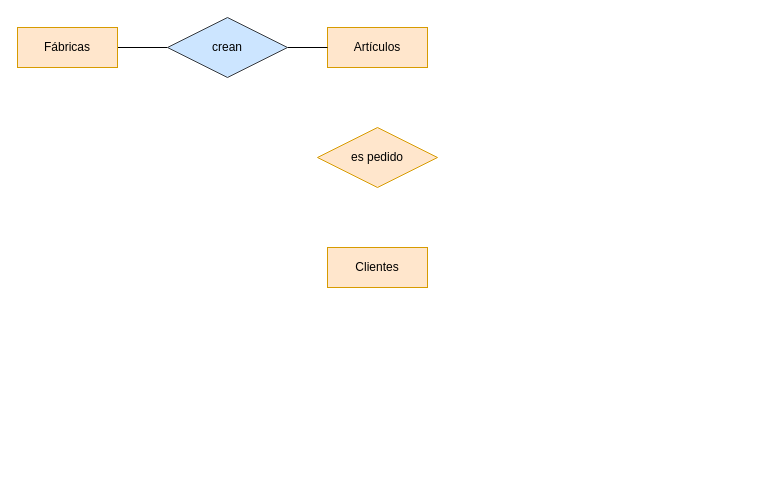
Before: diagramatarea3.drawio in GRMiguelAngel/Base-Datos, a draw.io diagram. Source tidied: cells renumbered, new cells numbered last; positions are measured from the earlier drawing's top-left corner, leaving out a move shared by most shapes. Both pictures are drawn from the tidied source at 100%, with x=0, y=0 at pixel (17, 17).
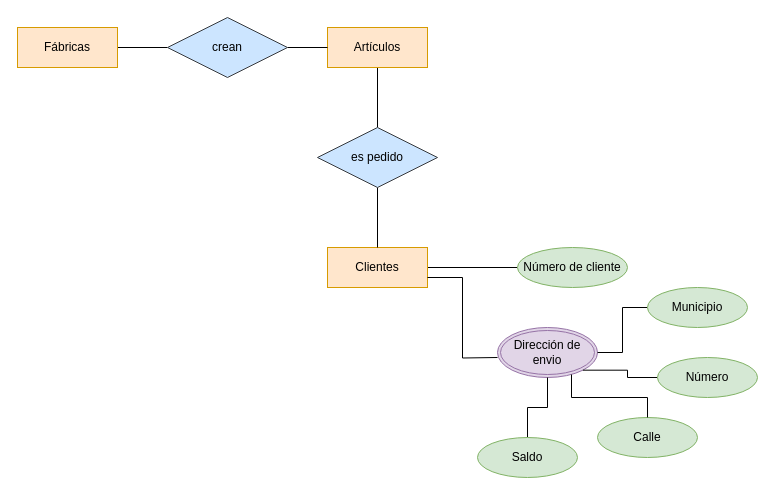
After the change.

The change refers to these unchanged cells:
```xml
<mxCell id="2" value="Artículos" style="whiteSpace=wrap;html=1;align=center;fillColor=#ffe6cc;strokeColor=#d79b00;" parent="1" vertex="1">
  <mxGeometry x="310" y="10" width="100" height="40" as="geometry" />
</mxCell>
<mxCell id="7" value="Clientes" style="whiteSpace=wrap;html=1;align=center;fillColor=#ffe6cc;strokeColor=#d79b00;" parent="1" vertex="1">
  <mxGeometry x="310" y="230" width="100" height="40" as="geometry" />
</mxCell>
```

Change to the diagram source:
```diff
@@
+    <mxCell id="9" style="edgeStyle=orthogonalEdgeStyle;rounded=0;jettySize=auto;html=1;endArrow=none;endFill=0;" parent="1" edge="1" source="2" target="8">
+      <mxGeometry relative="1" as="geometry" />
+    </mxCell>
@@
+    <mxCell id="10" style="edgeStyle=orthogonalEdgeStyle;rounded=0;jettySize=auto;html=1;entryX=0;entryY=0.5;entryDx=0;entryDy=0;endArrow=none;endFill=0;" parent="1" edge="1" source="7" target="12">
+      <mxGeometry relative="1" as="geometry" />
+    </mxCell>
@@
+    <mxCell id="11" style="edgeStyle=orthogonalEdgeStyle;rounded=0;jettySize=auto;html=1;entryX=0.5;entryY=0;entryDx=0;entryDy=0;endArrow=none;endFill=0;" parent="1" edge="1" source="8" target="7">
+      <mxGeometry relative="1" as="geometry" />
+    </mxCell>
-    <mxCell id="8" value="es pedido" style="shape=rhombus;perimeter=rhombusPerimeter;whiteSpace=wrap;html=1;align=center;fillColor=#ffe6cc;strokeColor=#d79b00;" parent="1" vertex="1">
+    <mxCell id="8" value="es pedido" style="shape=rhombus;perimeter=rhombusPerimeter;whiteSpace=wrap;html=1;align=center;fillColor=#cce5ff;strokeColor=#36393d;" parent="1" vertex="1">
       <mxGeometry x="300" y="110" width="120" height="60" as="geometry" />
     </mxCell>
+    <mxCell id="12" value="Número de cliente" style="ellipse;whiteSpace=wrap;html=1;align=center;fillColor=#d5e8d4;strokeColor=#82b366;" parent="1" vertex="1">
+      <mxGeometry x="500" y="230" width="110" height="40" as="geometry" />
+    </mxCell>
+    <mxCell id="13" style="edgeStyle=orthogonalEdgeStyle;rounded=0;jettySize=auto;html=1;entryX=1;entryY=0.75;entryDx=0;entryDy=0;endArrow=none;endFill=0;" parent="1" edge="1" target="7">
+      <mxGeometry relative="1" as="geometry">
+        <mxPoint x="480" y="340" as="sourcePoint" />
+      </mxGeometry>
+    </mxCell>
+    <mxCell id="14" value="Dirección de envio" style="ellipse;shape=doubleEllipse;margin=3;whiteSpace=wrap;html=1;align=center;fillColor=#e1d5e7;strokeColor=#9673a6;" parent="1" vertex="1">
+      <mxGeometry x="480" y="310" width="100" height="50" as="geometry" />
+    </mxCell>
+    <mxCell id="15" value="Calle" style="ellipse;whiteSpace=wrap;html=1;align=center;fillColor=#d5e8d4;strokeColor=#82b366;" parent="1" vertex="1">
+      <mxGeometry x="580" y="400" width="100" height="40" as="geometry" />
+    </mxCell>
+    <mxCell id="16" style="edgeStyle=orthogonalEdgeStyle;rounded=0;jettySize=auto;html=1;entryX=1;entryY=1;entryDx=0;entryDy=0;endArrow=none;endFill=0;" parent="1" edge="1" source="17" target="14">
+      <mxGeometry relative="1" as="geometry" />
+    </mxCell>
+    <mxCell id="17" value="Número" style="ellipse;whiteSpace=wrap;html=1;align=center;fillColor=#d5e8d4;strokeColor=#82b366;" parent="1" vertex="1">
+      <mxGeometry x="640" y="340" width="100" height="40" as="geometry" />
+    </mxCell>
+    <mxCell id="18" style="edgeStyle=orthogonalEdgeStyle;rounded=0;jettySize=auto;html=1;entryX=1;entryY=0.5;entryDx=0;entryDy=0;endArrow=none;endFill=0;" parent="1" edge="1" source="19" target="14">
+      <mxGeometry relative="1" as="geometry" />
+    </mxCell>
+    <mxCell id="19" value="Municipio" style="ellipse;whiteSpace=wrap;html=1;align=center;fillColor=#d5e8d4;strokeColor=#82b366;" parent="1" vertex="1">
+      <mxGeometry x="630" y="270" width="100" height="40" as="geometry" />
+    </mxCell>
+    <mxCell id="20" style="edgeStyle=orthogonalEdgeStyle;rounded=0;jettySize=auto;html=1;entryX=0.5;entryY=1;entryDx=0;entryDy=0;endArrow=none;endFill=0;" parent="1" edge="1" source="21" target="14">
+      <mxGeometry relative="1" as="geometry" />
+    </mxCell>
+    <mxCell id="21" value="Saldo" style="ellipse;whiteSpace=wrap;html=1;align=center;fillColor=#d5e8d4;strokeColor=#82b366;" parent="1" vertex="1">
+      <mxGeometry x="460" y="420" width="100" height="40" as="geometry" />
+    </mxCell>
+    <mxCell id="22" style="edgeStyle=orthogonalEdgeStyle;rounded=0;jettySize=auto;html=1;exitX=0.5;exitY=0;exitDx=0;exitDy=0;entryX=0.74;entryY=0.94;entryDx=0;entryDy=0;entryPerimeter=0;endArrow=none;endFill=0;" parent="1" edge="1" source="15" target="14">
+      <mxGeometry relative="1" as="geometry" />
+    </mxCell>
```
